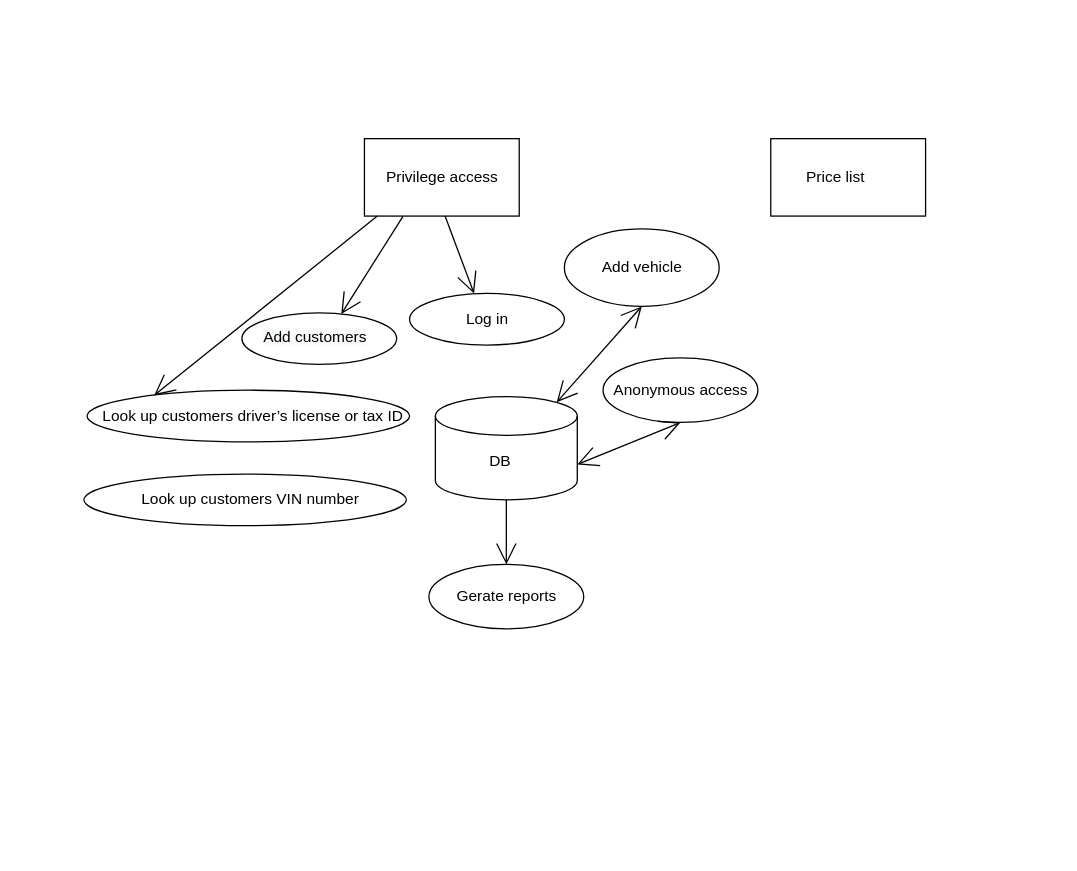
Above: page "IFD" (2 of 2) of Untitled Diagram.drawio in qwei37/QW (draw.io), before the change. Source tidied: cells renumbered, new cells numbered last; positions are measured from the earlier drawing's top-left corner, leaving out a move shared by most shapes. Both pictures are drawn from the tidied source at 129%, with x=0, y=0 at pixel (84, 138).
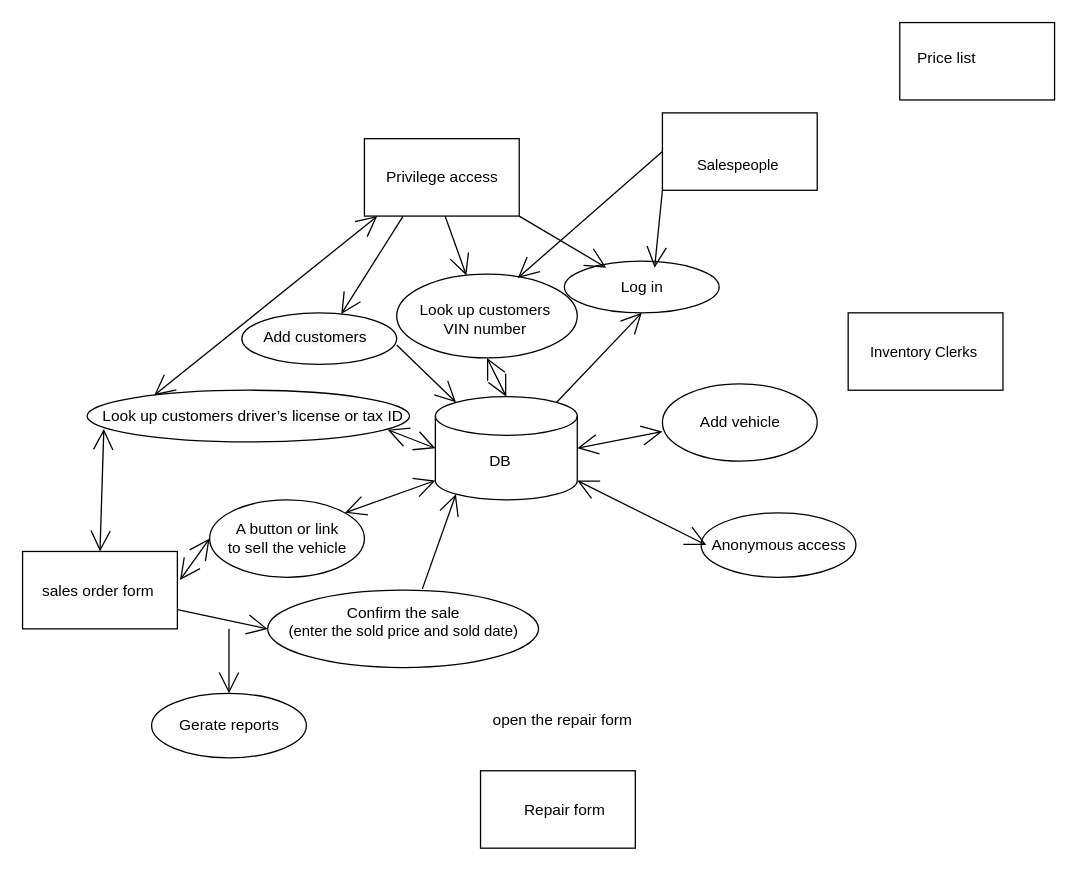
The same diagram, later.

The change refers to these unchanged cells:
```xml
<mxCell id="2" style="shape=cylinder3;whiteSpace=wrap;html=1;boundedLbl=1;backgroundOutline=1;size=15;hachureGap=4;fillColor=none;" parent="1" vertex="1">
  <mxGeometry x="272" y="200" width="110" height="80" as="geometry" />
</mxCell>
<mxCell id="9" value="Look up customers&amp;nbsp;&lt;span&gt;driver’s license or tax ID&lt;/span&gt;&lt;span class=&quot;Apple-converted-space&quot;&gt;&amp;nbsp;&lt;/span&gt;" style="text;html=1;align=center;verticalAlign=middle;points=[];strokeColor=none;fillColor=none;" parent="1" vertex="1">
  <mxGeometry x="7" y="205" width="250" height="20" as="geometry" />
</mxCell>
<mxCell id="17" style="rounded=0;whiteSpace=wrap;html=1;hachureGap=4;fillColor=none;" parent="1" vertex="1">
  <mxGeometry x="217" width="120" height="60" as="geometry" />
</mxCell>
<mxCell id="21" style="ellipse;whiteSpace=wrap;html=1;hachureGap=4;fillColor=none;" parent="1" vertex="1">
  <mxGeometry x="2" y="195" width="250" height="40" as="geometry" />
</mxCell>
```

Change to the diagram source:
```diff
@@
     <mxCell id="4" style="rounded=0;whiteSpace=wrap;html=1;hachureGap=4;fillColor=none;" parent="1" vertex="1">
-      <mxGeometry x="532" width="120" height="60" as="geometry" />
+      <mxGeometry x="632" y="-90" width="120" height="60" as="geometry" />
     </mxCell>
     <mxCell id="5" value="Price list" style="text;html=1;align=center;verticalAlign=middle;strokeColor=none;fillColor=none;" parent="1" vertex="1">
-      <mxGeometry x="552" y="20" width="60" height="20" as="geometry" />
+      <mxGeometry x="638" y="-72.5" width="60" height="20" as="geometry" />
     </mxCell>
-    <mxCell id="6" style="edgeStyle=none;curved=1;rounded=0;orthogonalLoop=1;jettySize=auto;html=1;exitX=0.5;exitY=1;exitDx=0;exitDy=0;endArrow=open;startSize=14;endSize=14;sourcePerimeterSpacing=8;targetPerimeterSpacing=8;startArrow=none;startFill=0;" parent="1" edge="1">
+    <mxCell id="6" style="edgeStyle=none;curved=1;rounded=0;jettySize=auto;html=1;exitX=0.5;exitY=1;exitDx=0;exitDy=0;endArrow=open;startSize=14;endSize=14;sourcePerimeterSpacing=8;targetPerimeterSpacing=8;startArrow=none;startFill=0;entryX=0.386;entryY=0.015;entryDx=0;entryDy=0;entryPerimeter=0;" parent="1" edge="1" target="27">
       <mxGeometry relative="1" as="geometry">
         <mxPoint x="279.5" y="60" as="sourcePoint" />
-        <mxPoint x="302" y="120" as="targetPoint" />
       </mxGeometry>
     </mxCell>
@@
     <mxCell id="8" style="ellipse;whiteSpace=wrap;html=1;hachureGap=4;fillColor=none;" parent="1" vertex="1">
-      <mxGeometry x="372" y="70" width="120" height="60" as="geometry" />
+      <mxGeometry x="448" y="190" width="120" height="60" as="geometry" />
     </mxCell>
@@
-    <mxCell id="10" style="edgeStyle=none;curved=1;rounded=0;jettySize=auto;html=1;exitX=0.5;exitY=1;exitDx=0;exitDy=0;entryX=0.855;entryY=0;entryDx=0;entryDy=4.35;entryPerimeter=0;endArrow=open;startSize=14;endSize=14;sourcePerimeterSpacing=8;targetPerimeterSpacing=8;startArrow=open;startFill=0;" parent="1" edge="1" source="8" target="2">
+    <mxCell id="10" style="edgeStyle=none;curved=1;rounded=0;jettySize=auto;html=1;exitX=0;exitY=0.617;exitDx=0;exitDy=0;entryX=1;entryY=0.5;entryDx=0;entryDy=0;entryPerimeter=0;endArrow=open;startSize=14;endSize=14;sourcePerimeterSpacing=8;targetPerimeterSpacing=8;startArrow=open;startFill=0;exitPerimeter=0;" parent="1" edge="1" source="8" target="2">
       <mxGeometry relative="1" as="geometry" />
     </mxCell>
     <mxCell id="11" style="ellipse;whiteSpace=wrap;html=1;hachureGap=4;fillColor=none;" parent="1" vertex="1">
-      <mxGeometry x="402" y="170" width="120" height="50" as="geometry" />
+      <mxGeometry x="478" y="290" width="120" height="50" as="geometry" />
     </mxCell>
     <mxCell id="12" value="Anonymous access" style="text;html=1;align=center;verticalAlign=middle;strokeColor=none;fillColor=none;" parent="1" vertex="1">
-      <mxGeometry x="402" y="185" width="120" height="20" as="geometry" />
+      <mxGeometry x="478" y="305" width="120" height="20" as="geometry" />
     </mxCell>
-    <mxCell id="13" style="edgeStyle=none;curved=1;rounded=0;jettySize=auto;html=1;exitX=0.5;exitY=1;exitDx=0;exitDy=0;entryX=1;entryY=0;entryDx=0;entryDy=52.5;entryPerimeter=0;endArrow=open;startSize=14;endSize=14;sourcePerimeterSpacing=8;targetPerimeterSpacing=8;startArrow=open;startFill=0;" parent="1" edge="1" source="11" target="2">
-      <mxGeometry relative="1" as="geometry" />
+    <mxCell id="13" style="edgeStyle=none;curved=1;rounded=0;jettySize=auto;html=1;entryX=1;entryY=1;entryDx=0;entryDy=-15;entryPerimeter=0;endArrow=open;startSize=14;endSize=14;sourcePerimeterSpacing=8;targetPerimeterSpacing=8;startArrow=open;startFill=0;" parent="1" edge="1" target="2">
+      <mxGeometry relative="1" as="geometry">
+        <mxPoint x="482" y="315" as="sourcePoint" />
+      </mxGeometry>
     </mxCell>
-    <mxCell id="14" style="edgeStyle=none;curved=1;rounded=0;jettySize=auto;html=1;entryX=0.5;entryY=1;entryDx=0;entryDy=0;entryPerimeter=0;endArrow=none;startSize=14;endSize=14;sourcePerimeterSpacing=8;targetPerimeterSpacing=8;startArrow=open;startFill=0;endFill=0;" parent="1" edge="1" target="2">
+    <mxCell id="14" style="edgeStyle=none;curved=1;rounded=0;orthogonalLoop=1;jettySize=auto;html=1;entryX=0.5;entryY=1;entryDx=0;entryDy=0;entryPerimeter=0;endArrow=none;startSize=14;endSize=14;sourcePerimeterSpacing=8;targetPerimeterSpacing=8;startArrow=open;startFill=0;endFill=0;" parent="1" edge="1">
       <mxGeometry relative="1" as="geometry">
-        <mxPoint x="327" y="330" as="sourcePoint" />
+        <mxPoint x="112" y="430" as="sourcePoint" />
+        <mxPoint x="112" y="380" as="targetPoint" />
       </mxGeometry>
     </mxCell>
     <mxCell id="15" value="Gerate reports" style="text;html=1;align=center;verticalAlign=middle;strokeColor=none;fillColor=none;" parent="1" vertex="1">
-      <mxGeometry x="282" y="345" width="90" height="20" as="geometry" />
+      <mxGeometry x="67" y="445" width="90" height="20" as="geometry" />
     </mxCell>
     <mxCell id="16" style="ellipse;whiteSpace=wrap;html=1;hachureGap=4;fillColor=none;" parent="1" vertex="1">
-      <mxGeometry x="267" y="330" width="120" height="50" as="geometry" />
+      <mxGeometry x="52" y="430" width="120" height="50" as="geometry" />
     </mxCell>
@@
     <mxCell id="18" style="ellipse;whiteSpace=wrap;html=1;hachureGap=4;fillColor=none;" parent="1" vertex="1">
-      <mxGeometry x="252" y="120" width="120" height="40" as="geometry" />
+      <mxGeometry x="372" y="95" width="120" height="40" as="geometry" />
     </mxCell>
     <mxCell id="19" value="Add vehicle" style="text;html=1;align=center;verticalAlign=middle;strokeColor=none;fillColor=none;" parent="1" vertex="1">
-      <mxGeometry x="392" y="90" width="80" height="20" as="geometry" />
+      <mxGeometry x="468" y="210" width="80" height="20" as="geometry" />
     </mxCell>
     <mxCell id="20" value="Log in" style="text;html=1;align=center;verticalAlign=middle;strokeColor=none;fillColor=none;" parent="1" vertex="1">
-      <mxGeometry x="287" y="130" width="50" height="20" as="geometry" />
+      <mxGeometry x="407" y="105" width="50" height="20" as="geometry" />
     </mxCell>
@@
-    <mxCell id="24" style="edgeStyle=none;curved=1;rounded=0;jettySize=auto;html=1;exitX=0.5;exitY=1;exitDx=0;exitDy=0;endArrow=open;startSize=14;endSize=14;sourcePerimeterSpacing=8;targetPerimeterSpacing=8;startArrow=none;startFill=0;entryX=0.208;entryY=0.1;entryDx=0;entryDy=0;entryPerimeter=0;" parent="1" edge="1" target="21">
+    <mxCell id="24" style="edgeStyle=none;curved=1;rounded=0;jettySize=auto;html=1;exitX=0.5;exitY=1;exitDx=0;exitDy=0;endArrow=open;startSize=14;endSize=14;sourcePerimeterSpacing=8;targetPerimeterSpacing=8;startArrow=open;startFill=0;entryX=0.208;entryY=0.1;entryDx=0;entryDy=0;entryPerimeter=0;" parent="1" edge="1" target="21">
       <mxGeometry relative="1" as="geometry">
         <mxPoint x="227" y="60" as="sourcePoint" />
       </mxGeometry>
     </mxCell>
@@
+    <mxCell id="27" style="ellipse;whiteSpace=wrap;html=1;hachureGap=4;fillColor=none;" parent="1" vertex="1">
+      <mxGeometry x="242" y="105" width="140" height="65" as="geometry" />
+    </mxCell>
+    <mxCell id="28" style="edgeStyle=none;curved=1;rounded=0;jettySize=auto;html=1;exitX=0.855;exitY=0;exitDx=0;exitDy=4.35;endArrow=open;startSize=14;endSize=14;targetPerimeterSpacing=8;startArrow=none;startFill=0;exitPerimeter=0;entryX=0.5;entryY=1;entryDx=0;entryDy=0;" parent="1" edge="1" source="2" target="18">
+      <mxGeometry relative="1" as="geometry" />
+    </mxCell>
+    <mxCell id="29" style="edgeStyle=none;curved=1;rounded=0;jettySize=auto;html=1;exitX=1;exitY=1;exitDx=0;exitDy=0;endArrow=open;startSize=14;endSize=14;sourcePerimeterSpacing=8;targetPerimeterSpacing=8;startArrow=none;startFill=0;" parent="1" edge="1" source="17">
+      <mxGeometry relative="1" as="geometry">
+        <mxPoint x="404.5" y="100" as="targetPoint" />
+      </mxGeometry>
+    </mxCell>
+    <mxCell id="30" style="edgeStyle=none;curved=1;rounded=0;jettySize=auto;html=1;exitX=0.5;exitY=1;exitDx=0;exitDy=0;endArrow=open;startSize=14;endSize=14;sourcePerimeterSpacing=8;targetPerimeterSpacing=8;startArrow=none;startFill=0;entryX=0.145;entryY=0;entryDx=0;entryDy=4.35;entryPerimeter=0;" parent="1" edge="1" target="2">
+      <mxGeometry relative="1" as="geometry">
+        <mxPoint x="242" y="160" as="sourcePoint" />
+      </mxGeometry>
+    </mxCell>
+    <mxCell id="31" style="edgeStyle=none;curved=1;rounded=0;jettySize=auto;html=1;exitX=0.5;exitY=1;exitDx=0;exitDy=0;endArrow=open;startSize=14;endSize=14;sourcePerimeterSpacing=8;targetPerimeterSpacing=8;startArrow=open;startFill=0;entryX=0;entryY=0.5;entryDx=0;entryDy=0;entryPerimeter=0;" parent="1" edge="1" target="2">
+      <mxGeometry relative="1" as="geometry">
+        <mxPoint x="235" y="225.6" as="sourcePoint" />
+      </mxGeometry>
+    </mxCell>
+    <mxCell id="32" value="&lt;p class=&quot;p1&quot; style=&quot;margin: 0px ; font-stretch: normal ; font-size: 11.5px ; line-height: normal&quot;&gt;Inventory Clerks&lt;span class=&quot;Apple-converted-space&quot;&gt;&amp;nbsp;&lt;/span&gt;&lt;/p&gt;" style="text;html=1;align=center;verticalAlign=middle;strokeColor=none;fillColor=none;" parent="1" vertex="1">
+      <mxGeometry x="602" y="155" width="100" height="20" as="geometry" />
+    </mxCell>
+    <mxCell id="33" style="rounded=0;whiteSpace=wrap;html=1;hachureGap=4;fillColor=none;" parent="1" vertex="1">
+      <mxGeometry x="592" y="135" width="120" height="60" as="geometry" />
+    </mxCell>
+    <mxCell id="34" value="&lt;p class=&quot;p1&quot; style=&quot;margin: 0px ; font-stretch: normal ; font-size: 11.5px ; line-height: normal&quot;&gt;Salespeople&lt;span class=&quot;Apple-converted-space&quot;&gt;&amp;nbsp;&lt;/span&gt;&lt;/p&gt;" style="text;html=1;align=center;verticalAlign=middle;strokeColor=none;fillColor=none;" parent="1" vertex="1">
+      <mxGeometry x="468" y="10" width="80" height="20" as="geometry" />
+    </mxCell>
-    <mxCell id="26" value="Look up customers&amp;nbsp;&lt;span&gt;VIN number&lt;/span&gt;&lt;span class=&quot;Apple-converted-space&quot;&gt;&amp;nbsp;&lt;/span&gt;" style="text;html=1;align=center;verticalAlign=middle;strokeColor=none;fillColor=none;" parent="1" vertex="1">
-      <mxGeometry x="34.5" y="270" width="190" height="20" as="geometry" />
+    <mxCell id="26" value="Look up customers&amp;nbsp;&lt;br&gt;&lt;span&gt;VIN number&lt;/span&gt;&lt;span class=&quot;Apple-converted-space&quot;&gt;&amp;nbsp;&lt;/span&gt;" style="text;html=1;align=center;verticalAlign=middle;strokeColor=none;fillColor=none;" parent="1" vertex="1">
+      <mxGeometry x="252" y="125" width="120" height="30" as="geometry" />
     </mxCell>
-    <mxCell id="27" style="ellipse;whiteSpace=wrap;html=1;hachureGap=4;fillColor=none;" parent="1" vertex="1">
-      <mxGeometry x="-0.5" y="260" width="250" height="40" as="geometry" />
-    </mxCell>
+    <mxCell id="35" style="edgeStyle=none;curved=1;rounded=0;jettySize=auto;html=1;exitX=0.5;exitY=0;exitDx=0;exitDy=0;endArrow=open;startSize=14;endSize=14;sourcePerimeterSpacing=8;startArrow=open;startFill=0;exitPerimeter=0;entryX=0.5;entryY=1;entryDx=0;entryDy=0;endFill=0;" parent="1" edge="1" source="2" target="27">
+      <mxGeometry relative="1" as="geometry" />
+    </mxCell>
+    <mxCell id="36" style="rounded=0;whiteSpace=wrap;html=1;hachureGap=4;fillColor=none;" parent="1" vertex="1">
+      <mxGeometry x="448" y="-20" width="120" height="60" as="geometry" />
+    </mxCell>
+    <mxCell id="37" style="edgeStyle=none;curved=1;rounded=0;jettySize=auto;html=1;exitX=0;exitY=1;exitDx=0;exitDy=0;endArrow=open;startSize=14;endSize=14;sourcePerimeterSpacing=8;targetPerimeterSpacing=8;startArrow=none;startFill=0;entryX=0.583;entryY=0.125;entryDx=0;entryDy=0;entryPerimeter=0;" parent="1" edge="1" source="36" target="18">
+      <mxGeometry relative="1" as="geometry" />
+    </mxCell>
+    <mxCell id="38" style="edgeStyle=none;curved=1;rounded=0;jettySize=auto;html=1;exitX=0;exitY=0.5;exitDx=0;exitDy=0;endArrow=open;startSize=14;endSize=14;sourcePerimeterSpacing=8;targetPerimeterSpacing=8;startArrow=none;startFill=0;entryX=0.671;entryY=0.046;entryDx=0;entryDy=0;entryPerimeter=0;" parent="1" edge="1" source="36" target="27">
+      <mxGeometry relative="1" as="geometry" />
+    </mxCell>
+    <mxCell id="39" style="ellipse;whiteSpace=wrap;html=1;hachureGap=4;fillColor=none;" parent="1" vertex="1">
+      <mxGeometry x="97" y="280" width="120" height="60" as="geometry" />
+    </mxCell>
+    <mxCell id="40" value="A button or link &lt;br&gt;to sell the vehicle" style="text;html=1;align=center;verticalAlign=middle;strokeColor=none;fillColor=none;" parent="1" vertex="1">
+      <mxGeometry x="102" y="295" width="110" height="30" as="geometry" />
+    </mxCell>
+    <mxCell id="41" value="&lt;p class=&quot;p1&quot; style=&quot;margin: 0px ; font-stretch: normal ; line-height: normal&quot;&gt;sales order form&lt;span class=&quot;Apple-converted-space&quot;&gt;&amp;nbsp;&lt;/span&gt;&lt;/p&gt;" style="text;html=1;align=center;verticalAlign=middle;strokeColor=none;fillColor=none;" parent="1" vertex="1">
+      <mxGeometry x="-43" y="340" width="110" height="20" as="geometry" />
+    </mxCell>
+    <mxCell id="42" style="rounded=0;whiteSpace=wrap;html=1;hachureGap=4;fillColor=none;" parent="1" vertex="1">
+      <mxGeometry x="-48" y="320" width="120" height="60" as="geometry" />
+    </mxCell>
+    <mxCell id="43" style="edgeStyle=none;curved=1;rounded=0;jettySize=auto;html=1;entryX=0;entryY=1;entryDx=0;entryDy=-15;entryPerimeter=0;endArrow=open;startSize=14;endSize=14;sourcePerimeterSpacing=8;targetPerimeterSpacing=8;startArrow=open;startFill=0;" parent="1" edge="1" target="2">
+      <mxGeometry relative="1" as="geometry">
+        <mxPoint x="202" y="290" as="sourcePoint" />
+      </mxGeometry>
+    </mxCell>
+    <mxCell id="44" style="edgeStyle=none;curved=1;rounded=0;jettySize=auto;html=1;entryX=0;entryY=0.5;entryDx=0;entryDy=0;endArrow=open;startSize=14;endSize=14;sourcePerimeterSpacing=8;targetPerimeterSpacing=8;startArrow=open;startFill=0;exitX=1.017;exitY=0.367;exitDx=0;exitDy=0;exitPerimeter=0;" parent="1" edge="1" source="42" target="39">
+      <mxGeometry relative="1" as="geometry" />
+    </mxCell>
+    <mxCell id="45" style="edgeStyle=none;curved=1;rounded=0;jettySize=auto;html=1;entryX=0.5;entryY=0;entryDx=0;entryDy=0;endArrow=open;startSize=14;endSize=14;sourcePerimeterSpacing=8;targetPerimeterSpacing=8;startArrow=open;startFill=0;exitX=0.032;exitY=1;exitDx=0;exitDy=0;exitPerimeter=0;" parent="1" edge="1" source="9" target="42">
+      <mxGeometry relative="1" as="geometry" />
+    </mxCell>
+    <mxCell id="46" style="ellipse;whiteSpace=wrap;html=1;hachureGap=4;fillColor=none;" parent="1" vertex="1">
+      <mxGeometry x="142" y="350" width="210" height="60" as="geometry" />
+    </mxCell>
+    <mxCell id="47" value="Confirm the sale &lt;br&gt;(&lt;span style=&quot;font-size: 11.5px&quot;&gt;enter the sold price and sold date)&lt;/span&gt;" style="text;html=1;align=center;verticalAlign=middle;strokeColor=none;fillColor=none;" parent="1" vertex="1">
+      <mxGeometry x="152" y="360" width="190" height="30" as="geometry" />
+    </mxCell>
+    <mxCell id="48" style="edgeStyle=none;curved=1;rounded=0;jettySize=auto;html=1;entryX=1;entryY=0.75;entryDx=0;entryDy=0;endArrow=none;startSize=14;endSize=14;sourcePerimeterSpacing=8;targetPerimeterSpacing=8;startArrow=open;startFill=0;exitX=0;exitY=0.5;exitDx=0;exitDy=0;endFill=0;" parent="1" edge="1" source="46" target="42">
+      <mxGeometry relative="1" as="geometry" />
+    </mxCell>
+    <mxCell id="49" style="edgeStyle=none;curved=1;rounded=0;jettySize=auto;html=1;exitX=0.571;exitY=-0.017;exitDx=0;exitDy=0;endArrow=open;startSize=14;endSize=14;sourcePerimeterSpacing=8;targetPerimeterSpacing=8;startArrow=none;startFill=0;entryX=0.145;entryY=1;entryDx=0;entryDy=-4.35;entryPerimeter=0;exitPerimeter=0;" parent="1" edge="1" source="46" target="2">
+      <mxGeometry relative="1" as="geometry" />
+    </mxCell>
+    <mxCell id="50" value="&lt;p class=&quot;p1&quot; style=&quot;margin: 0px ; font-stretch: normal ; line-height: normal&quot;&gt;Repair form&lt;/p&gt;" style="text;html=1;align=center;verticalAlign=middle;strokeColor=none;fillColor=none;" parent="1" vertex="1">
+      <mxGeometry x="332" y="510" width="80" height="20" as="geometry" />
+    </mxCell>
+    <mxCell id="51" style="rounded=0;whiteSpace=wrap;html=1;hachureGap=4;fillColor=none;" parent="1" vertex="1">
+      <mxGeometry x="307" y="490" width="120" height="60" as="geometry" />
+    </mxCell>
+    <mxCell id="52" value="&lt;p class=&quot;p1&quot; style=&quot;margin: 0px ; font-stretch: normal ; line-height: normal&quot;&gt;open the repair form&lt;span class=&quot;Apple-converted-space&quot;&gt;&amp;nbsp;&lt;/span&gt;&lt;/p&gt;" style="text;html=1;align=center;verticalAlign=middle;strokeColor=none;fillColor=none;" parent="1" vertex="1">
+      <mxGeometry x="307" y="440" width="130" height="20" as="geometry" />
+    </mxCell>
```
